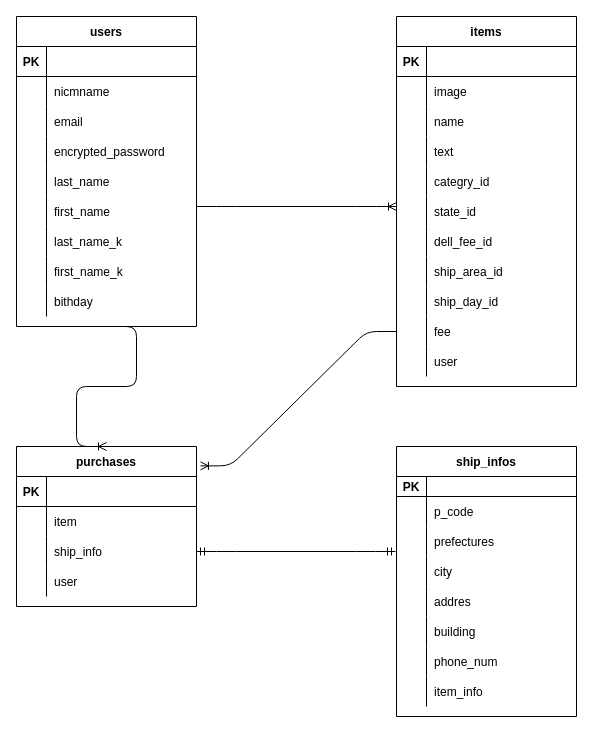
Above: app/test.dio in syu-akita/furima-33068 (draw.io), before the change. Source tidied: cells renumbered, new cells numbered last; positions are measured from the earlier drawing's top-left corner, leaving out a move shared by most shapes. Both pictures are drawn from the tidied source at 100%, with x=0, y=0 at pixel (16, 16).
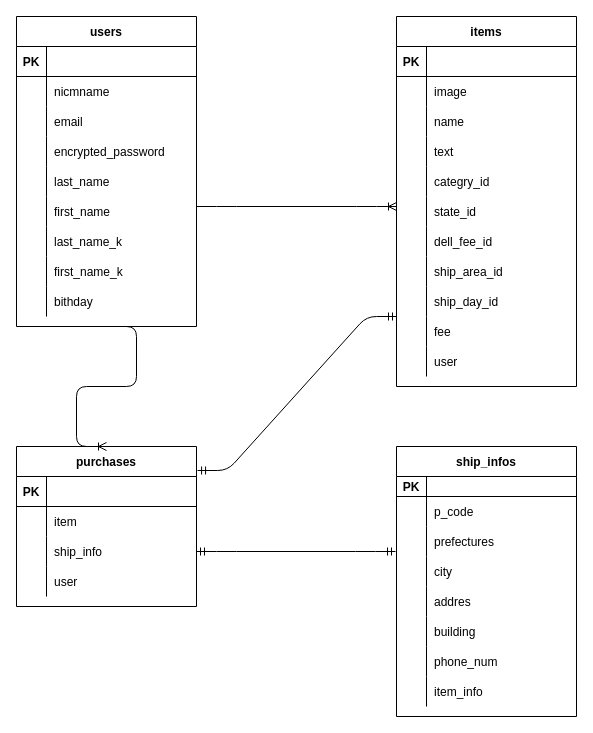
Above is the later version.

Commit message (it also covers changes not shown here):
データベースの設計 part5

Unchanged cells that the change refers to:
```xml
<mxCell id="58" style="shape=partialRectangle;fillColor=none;top=0;left=0;bottom=0;right=0;points=[[0,0.5],[1,0.5]];portConstraint=eastwest;" parent="30" vertex="1">
  <mxGeometry y="300" width="180" height="30" as="geometry" />
</mxCell>
<mxCell id="90" value="purchases" style="shape=table;startSize=30;childLayout=tableLayout;rowLines=0;fontStyle=1;align=center;" parent="1" vertex="1">
  <mxGeometry y="430" width="180" height="160" as="geometry" />
</mxCell>
```

The edit, as a diff of the source:
```diff
@@
-    <mxCell id="105" style="edgeStyle=entityRelationEdgeStyle;fontSize=12;html=1;endArrow=ERoneToMany;exitX=0;exitY=0.5;exitDx=0;exitDy=0;entryX=1.022;entryY=0.121;entryDx=0;entryDy=0;entryPerimeter=0;" parent="1" edge="1" source="58" target="90">
-      <mxGeometry relative="1" as="geometry" />
+    <mxCell id="105" style="edgeStyle=entityRelationEdgeStyle;fontSize=12;html=1;endArrow=ERmandOne;startArrow=ERmandOne;exitX=1.006;exitY=0.15;exitDx=0;exitDy=0;exitPerimeter=0;" parent="1" edge="1" source="90">
+      <mxGeometry relative="1" as="geometry">
+        <mxPoint x="380" y="300" as="targetPoint" />
+      </mxGeometry>
     </mxCell>
```
